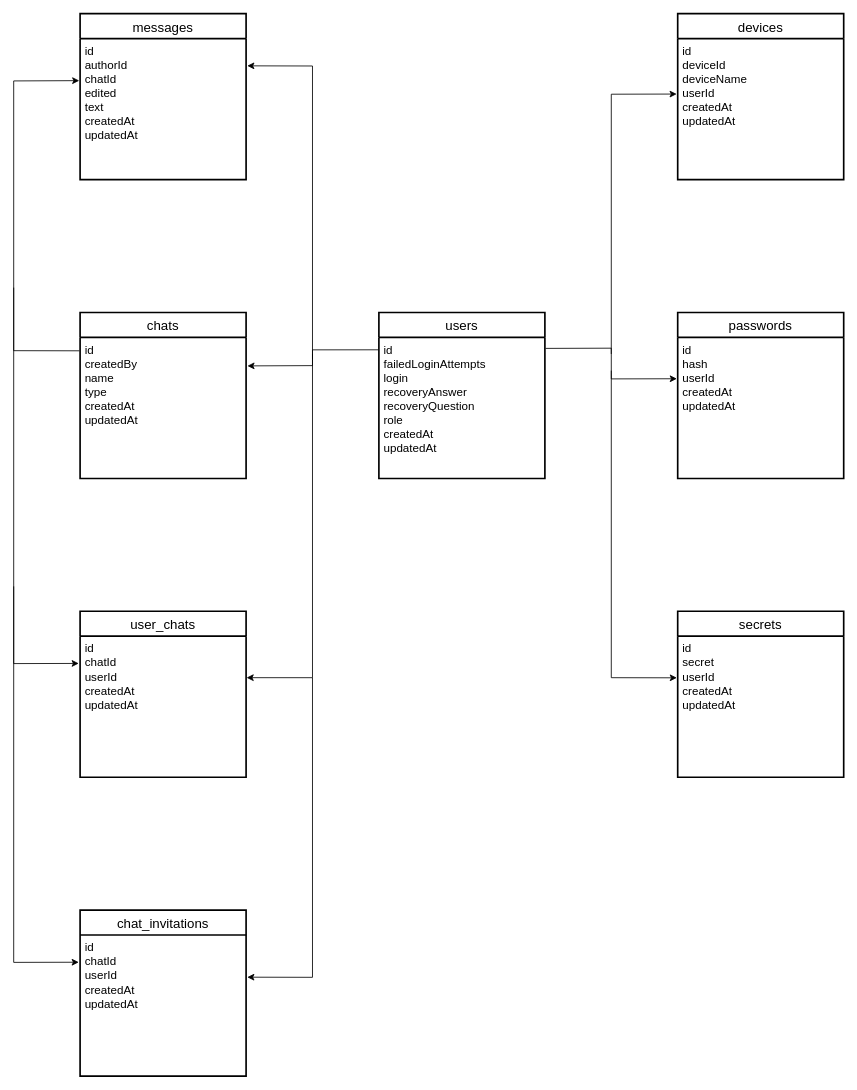
Above: relay.drawio in relay-project/relay-backend (draw.io), before the change. Source tidied: cells renumbered, new cells numbered last; positions are measured from the earlier drawing's top-left corner, leaving out a move shared by most shapes. Both pictures are drawn from the tidied source at 83%, with x=0, y=0 at pixel (13, 13).
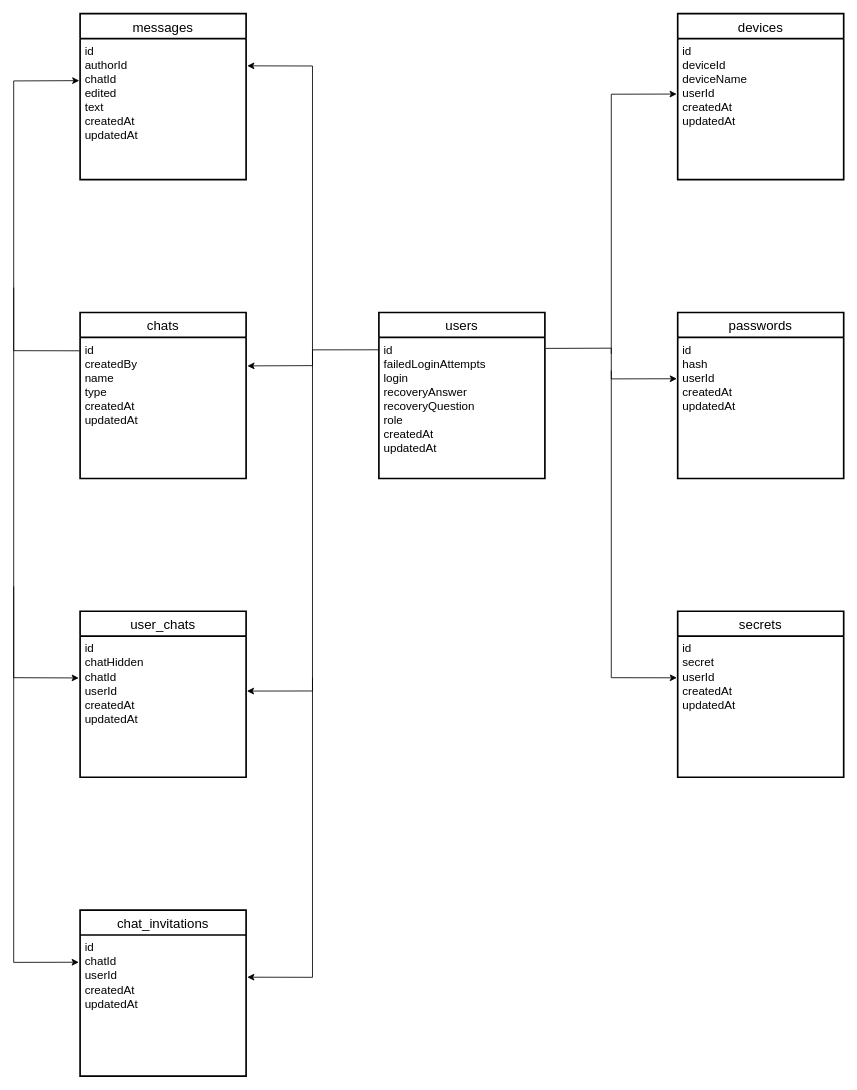
After the change.

The change refers to these unchanged cells:
```xml
<mxCell id="15" value="user_chats" style="swimlane;horizontal=1;startSize=30;rounded=1;fontSize=16;fontStyle=0;strokeWidth=2;shadow=0;dashed=0;align=center;arcSize=0;" parent="1" vertex="1">
  <mxGeometry x="80" y="720" width="200" height="200" as="geometry" />
</mxCell>
```

What changed in the source:
```diff
@@
-    <mxCell id="16" value="id&#10;chatId&#10;userId&#10;createdAt&#10;updatedAt" style="align=left;strokeColor=none;fillColor=none;spacingLeft=4;fontSize=14;verticalAlign=top;" parent="15" vertex="1">
+    <mxCell id="16" value="id&#10;chatHidden&#10;chatId&#10;userId&#10;createdAt&#10;updatedAt" style="align=left;strokeColor=none;fillColor=none;spacingLeft=4;fontSize=14;verticalAlign=top;" parent="15" vertex="1">
       <mxGeometry y="30" width="200" height="170" as="geometry" />
     </mxCell>
@@
-    <mxCell id="18" style="endArrow=classic;html=1;rounded=0;entryX=1.003;entryY=0.294;entryDx=0;entryDy=0;entryPerimeter=0;" parent="1" edge="1" target="16">
+    <mxCell id="18" style="endArrow=classic;html=1;rounded=0;entryX=1.005;entryY=0.389;entryDx=0;entryDy=0;entryPerimeter=0;" parent="1" edge="1" target="16">
       <mxGeometry relative="1" as="geometry">
         <mxPoint x="360" y="410" as="sourcePoint" />
         <Array as="points">
-          <mxPoint x="360" y="800" />
+          <mxPoint x="360" y="816" />
         </Array>
       </mxGeometry>
     </mxCell>
@@
-    <mxCell id="23" style="endArrow=classic;html=1;rounded=0;entryX=-0.008;entryY=0.193;entryDx=0;entryDy=0;entryPerimeter=0;" parent="1" edge="1" target="16">
+    <mxCell id="23" style="endArrow=classic;html=1;rounded=0;entryX=-0.008;entryY=0.296;entryDx=0;entryDy=0;entryPerimeter=0;" parent="1" edge="1" target="16">
       <mxGeometry relative="1" as="geometry">
         <mxPoint y="330" as="sourcePoint" />
         <Array as="points">
-          <mxPoint y="783" />
+          <mxPoint y="800" />
         </Array>
       </mxGeometry>
     </mxCell>
```
